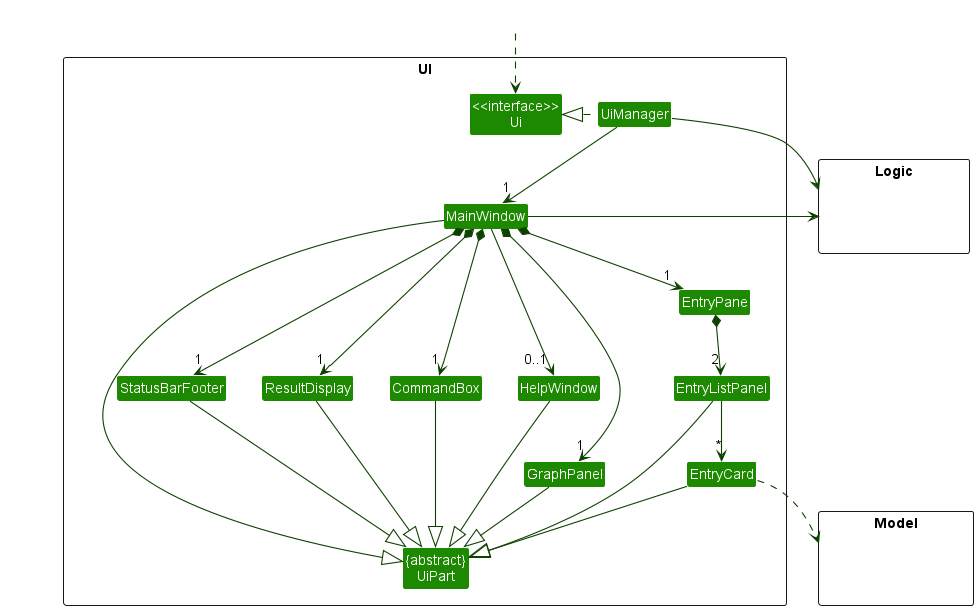
Before: docs/images/UpdatedUIClassDiagram.png, a diagram exported from PlantUML (nus-cs2103-AY2223S1/tp). Its diagram source:
```plantuml
@startuml
!include style.puml
skinparam arrowThickness 1.1
skinparam arrowColor UI_COLOR_T4
skinparam classBackgroundColor UI_COLOR

package UI <<Rectangle>>{
Class "<<interface>>\nUi" as Ui
Class "{abstract}\nUiPart" as UiPart
Class UiManager
Class MainWindow
Class HelpWindow
Class ResultDisplay
Class GraphPanel
Class EntryPane
Class EntryListPanel
Class EntryCard
Class StatusBarFooter
Class CommandBox
}

package Model <<Rectangle>> {
Class HiddenModel #FFFFFF
}

package Logic <<Rectangle>> {
Class HiddenLogic #FFFFFF
}

Class HiddenOutside #FFFFFF
HiddenOutside ..> Ui

UiManager .left.|> Ui
UiManager -down-> "1" MainWindow
MainWindow *-down->  "1" CommandBox
MainWindow --> "0..1" HelpWindow
MainWindow *-down-> "1" EntryPane
MainWindow *-down-> "1" ResultDisplay
MainWindow *-down-> "1" StatusBarFooter
MainWindow *-down-> "1" GraphPanel

EntryPane *-down-> "2" EntryListPanel


EntryListPanel -down-> "*" EntryCard

MainWindow -left-|> UiPart

ResultDisplay --|> UiPart
CommandBox --|> UiPart
EntryListPanel --|> UiPart
EntryCard --|> UiPart
StatusBarFooter --|> UiPart
HelpWindow --|> UiPart
GraphPanel --|> UiPart

EntryCard ..> Model
UiManager -right-> Logic
MainWindow -left-> Logic

EntryListPanel -[hidden]left- HelpWindow
HelpWindow -[hidden]left- CommandBox
CommandBox -[hidden]left- ResultDisplay
ResultDisplay -[hidden]left- StatusBarFooter

MainWindow -[hidden]-|> UiPart
@enduml
```
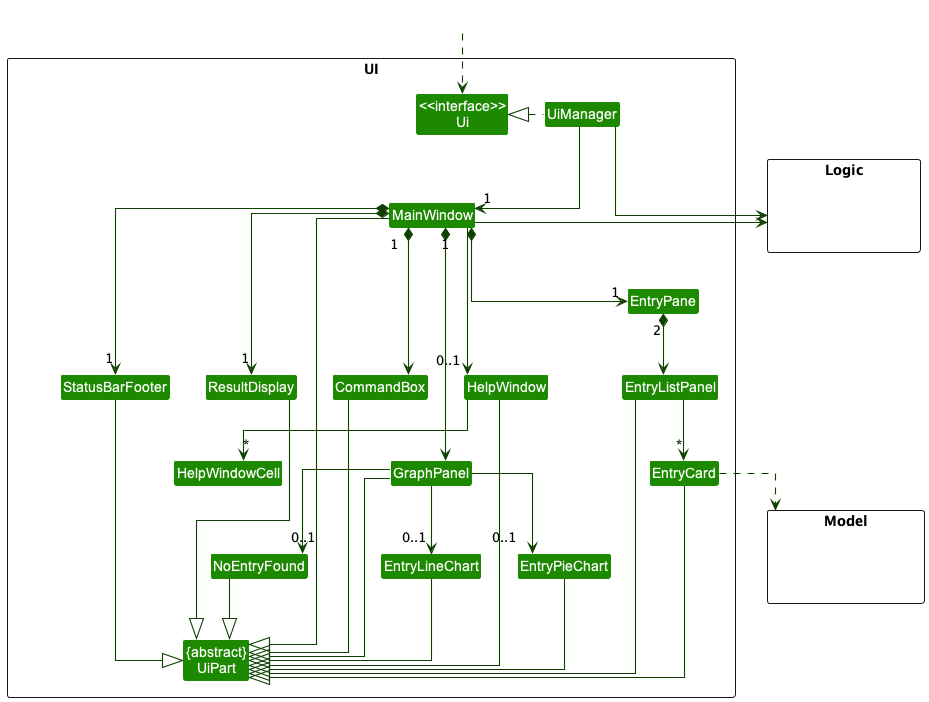
After the change.

Change to the diagram source:
```diff
@@ -2,6 +2,7 @@
 !include style.puml
 skinparam arrowThickness 1.1
 skinparam arrowColor UI_COLOR_T4
+skinparam linetype ortho
 skinparam classBackgroundColor UI_COLOR
 
 package UI <<Rectangle>>{
@@ -10,11 +11,15 @@
 Class UiManager
 Class MainWindow
 Class HelpWindow
+Class HelpWindowCell
 Class ResultDisplay
 Class GraphPanel
 Class EntryPane
 Class EntryListPanel
 Class EntryCard
+Class EntryLineChart
+Class EntryPieChart
+Class NoEntryFound
 Class StatusBarFooter
 Class CommandBox
 }
@@ -41,15 +46,23 @@
 
 EntryPane *-down-> "2" EntryListPanel
 
+EntryListPanel -down-> "*" EntryCard
 
-EntryListPanel -down-> "*" EntryCard
+GraphPanel -down-> "0..1" EntryLineChart
+GraphPanel -down-> "0..1" EntryPieChart
+GraphPanel -down-> "0..1" NoEntryFound
+
+HelpWindow -down-> "*" HelpWindowCell
 
 MainWindow -left-|> UiPart
 
 ResultDisplay --|> UiPart
 CommandBox --|> UiPart
 EntryListPanel --|> UiPart
-EntryCard --|> UiPart
+EntryCard ---|> UiPart
+EntryLineChart --|> UiPart
+EntryPieChart --|> UiPart
+NoEntryFound --|> UiPart
 StatusBarFooter --|> UiPart
 HelpWindow --|> UiPart
 GraphPanel --|> UiPart
```
